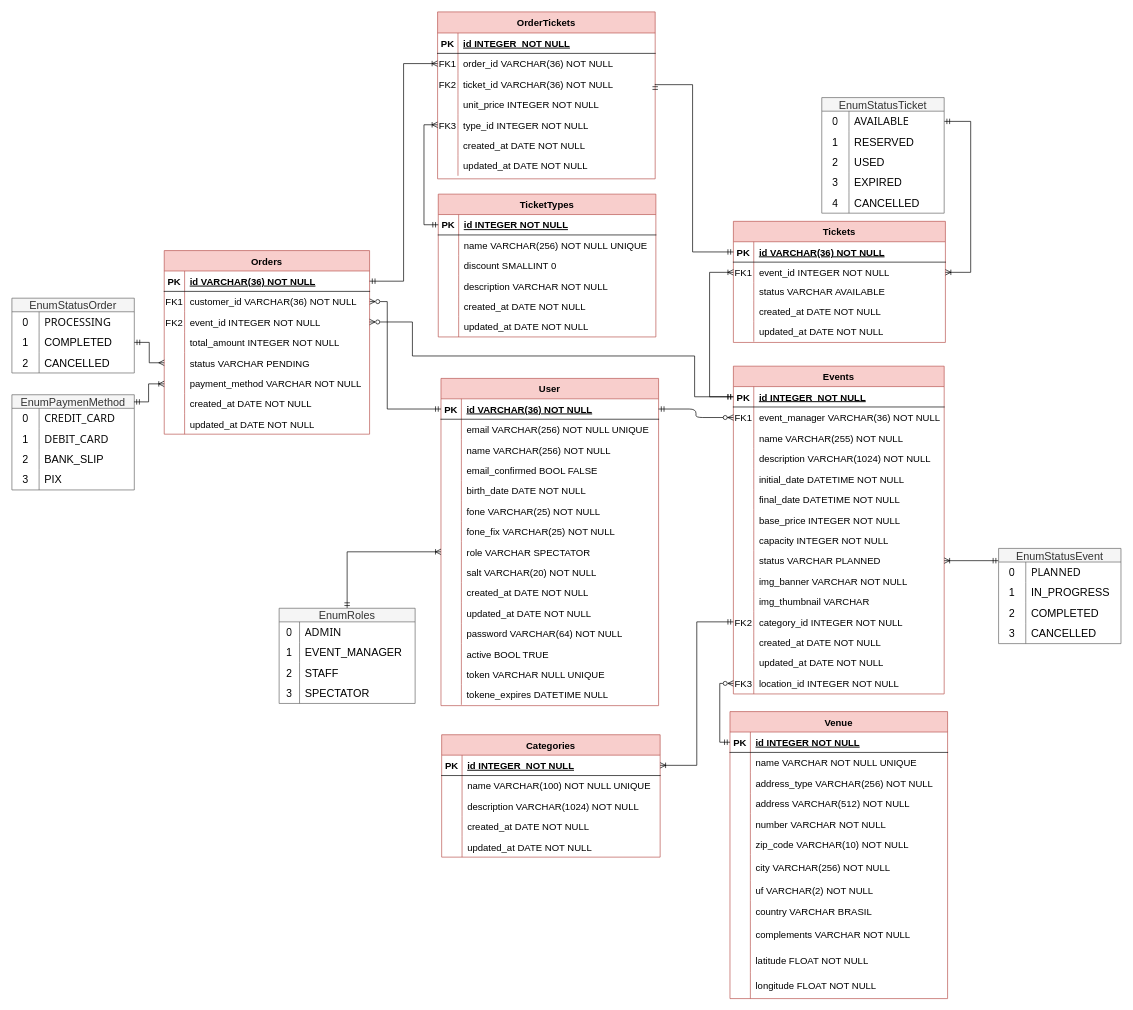
Earlier version of the draw.io diagram ticketeasypro/docs/Diagrama Entidade-Relacionamento.drawio (Christian4227/IES301_2024). Source tidied: cells renumbered, new cells numbered last; positions are measured from the earlier drawing's top-left corner, leaving out a move shared by most shapes. Both pictures are drawn from the tidied source at 68%, with x=0, y=0 at pixel (12, 12).
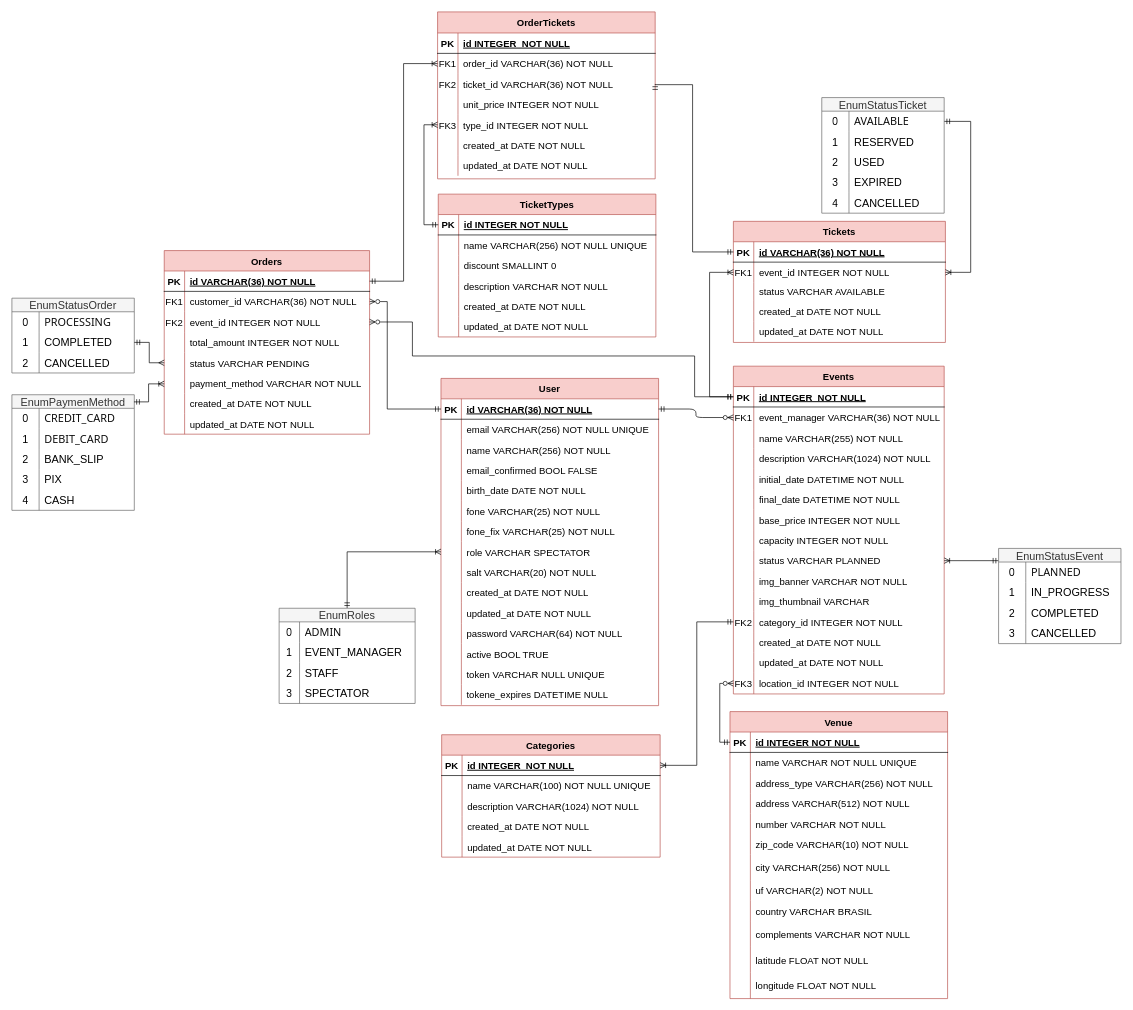
Above is the later version.

Diff of the diagram source:
```diff
@@
     <mxCell id="228" value="EnumPaymenMethod" style="shape=table;startSize=20;childLayout=tableLayout;rowLines=0;fontStyle=0;strokeColor=#666666;fontSize=16;fillColor=#f5f5f5;fontColor=#333333;" parent="1" vertex="1">
-      <mxGeometry y="563" width="180" height="140" as="geometry" />
+      <mxGeometry y="563" width="180" height="170" as="geometry" />
     </mxCell>
@@
+    <mxCell id="308" style="shape=tableRow;horizontal=0;startSize=0;swimlaneHead=0;swimlaneBody=0;top=0;left=0;bottom=0;right=0;fillColor=none;strokeColor=inherit;fontSize=16;" parent="228" vertex="1">
+      <mxGeometry y="140" width="180" height="30" as="geometry" />
+    </mxCell>
+    <mxCell id="309" value="4" style="shape=partialRectangle;html=1;whiteSpace=wrap;fillColor=none;top=0;left=0;bottom=0;right=0;overflow=hidden;strokeColor=inherit;fontSize=16;" parent="308" vertex="1">
+      <mxGeometry width="40" height="30" as="geometry" />
+    </mxCell>
+    <mxCell id="310" value="CASH" style="shape=partialRectangle;html=1;whiteSpace=wrap;fillColor=none;top=0;left=0;bottom=0;right=0;align=left;spacingLeft=6;overflow=hidden;strokeColor=inherit;fontSize=16;" parent="308" vertex="1">
+      <mxGeometry x="40" width="140" height="30" as="geometry" />
+    </mxCell>
```
